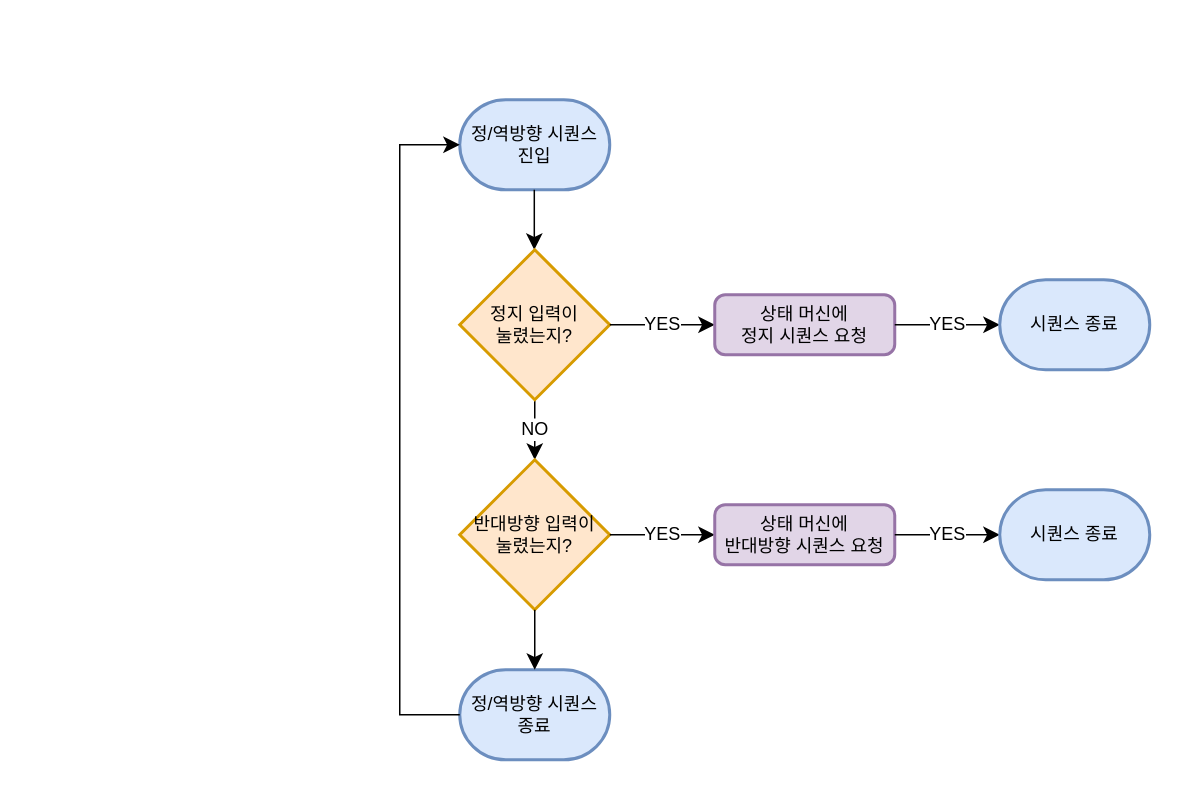
This is page "Sequence2" (6 of 8) of document/순서도.drawio from HeoSeongman/MiniWheel, a draw.io file, before an edit. Source tidied: cells renumbered, new cells numbered last; positions are measured from the earlier drawing's top-left corner, leaving out a move shared by most shapes. Both pictures are drawn from the tidied source at 150%, with x=0, y=0 at pixel (399, 99).
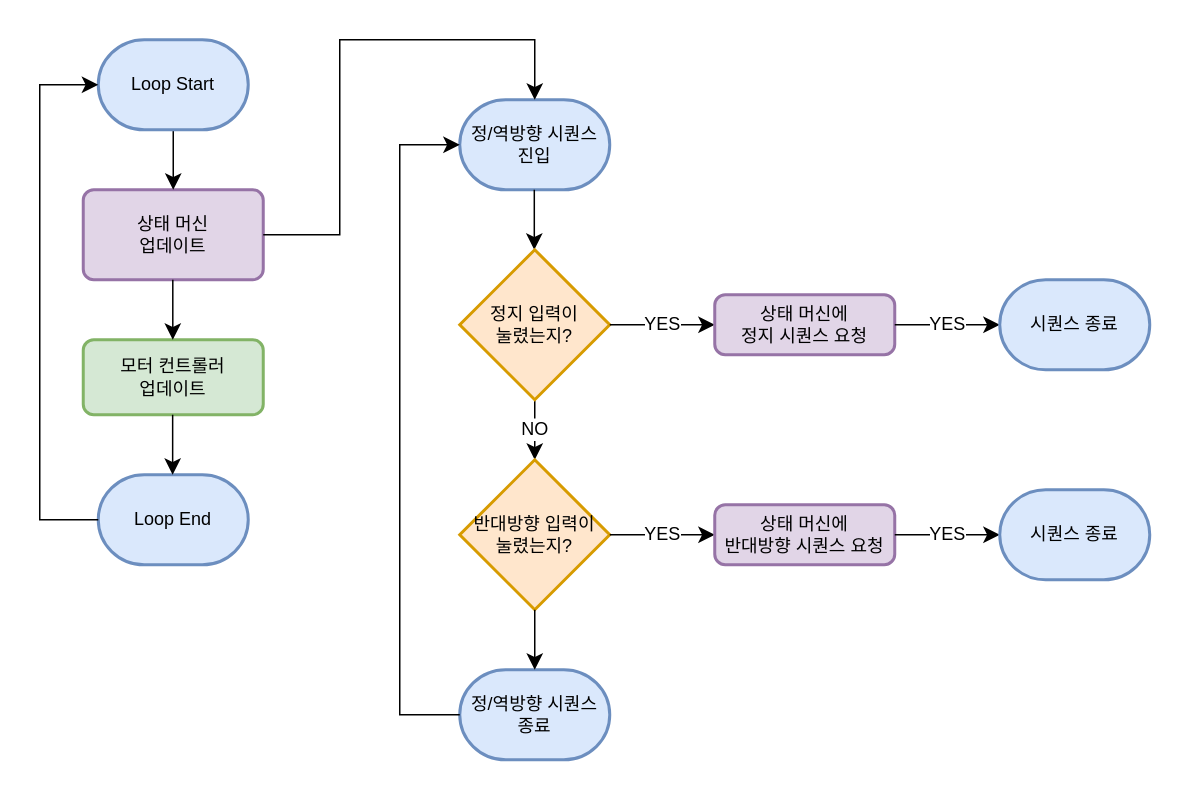
The same page after the edit.

Unchanged cells that the change refers to:
```xml
<mxCell id="2" value="정/역방향 시퀀스&lt;br&gt;진입" style="strokeWidth=2;html=1;shape=mxgraph.flowchart.terminator;whiteSpace=wrap;fillColor=#dae8fc;strokeColor=#6c8ebf;" parent="1" vertex="1">
  <mxGeometry x="40" width="100" height="60" as="geometry" />
</mxCell>
```

The edit, as a diff of the source:
```diff
@@
+    <mxCell id="18" value="상태 머신 &lt;br&gt;업데이트" style="rounded=1;whiteSpace=wrap;html=1;absoluteArcSize=1;arcSize=14;strokeWidth=2;fillColor=#e1d5e7;strokeColor=#9673a6;" parent="1" vertex="1">
+      <mxGeometry x="-211" y="60" width="120" height="60" as="geometry" />
+    </mxCell>
+    <mxCell id="19" value="모터 컨트롤러&lt;br&gt;업데이트" style="rounded=1;whiteSpace=wrap;html=1;absoluteArcSize=1;arcSize=14;strokeWidth=2;fillColor=#d5e8d4;strokeColor=#82b366;" parent="1" vertex="1">
+      <mxGeometry x="-211" y="160" width="120" height="50" as="geometry" />
+    </mxCell>
+    <mxCell id="20" style="endArrow=classic;html=1;rounded=0;fontSize=12;startSize=8;endSize=8;curved=1;exitX=0.5;exitY=1;exitDx=0;exitDy=0;exitPerimeter=0;entryX=0.5;entryY=0;entryDx=0;entryDy=0;" parent="1" edge="1" target="18">
+      <mxGeometry relative="1" as="geometry">
+        <mxPoint x="-151" y="20" as="sourcePoint" />
+      </mxGeometry>
+    </mxCell>
+    <mxCell id="21" style="endArrow=classic;html=1;rounded=0;fontSize=12;startSize=8;endSize=8;curved=1;exitX=0.5;exitY=1;exitDx=0;exitDy=0;exitPerimeter=0;entryX=0.5;entryY=0;entryDx=0;entryDy=0;" parent="1" edge="1">
+      <mxGeometry relative="1" as="geometry">
+        <mxPoint x="-151.3" y="120" as="sourcePoint" />
+        <mxPoint x="-151.3" y="160" as="targetPoint" />
+      </mxGeometry>
+    </mxCell>
+    <mxCell id="22" value="Loop Start" style="strokeWidth=2;html=1;shape=mxgraph.flowchart.terminator;whiteSpace=wrap;fillColor=#dae8fc;strokeColor=#6c8ebf;" parent="1" vertex="1">
+      <mxGeometry x="-201" y="-40" width="100" height="60" as="geometry" />
+    </mxCell>
+    <mxCell id="23" value="Loop End" style="strokeWidth=2;html=1;shape=mxgraph.flowchart.terminator;whiteSpace=wrap;fillColor=#dae8fc;strokeColor=#6c8ebf;" parent="1" vertex="1">
+      <mxGeometry x="-201" y="250" width="100" height="60" as="geometry" />
+    </mxCell>
+    <mxCell id="24" style="endArrow=classic;html=1;rounded=0;fontSize=12;startSize=8;endSize=8;curved=1;exitX=0.5;exitY=1;exitDx=0;exitDy=0;exitPerimeter=0;entryX=0.5;entryY=0;entryDx=0;entryDy=0;" parent="1" edge="1">
+      <mxGeometry relative="1" as="geometry">
+        <mxPoint x="-151.4" y="210" as="sourcePoint" />
+        <mxPoint x="-151.4" y="250" as="targetPoint" />
+      </mxGeometry>
+    </mxCell>
+    <mxCell id="25" style="edgeStyle=segmentEdgeStyle;endArrow=classic;html=1;curved=0;rounded=0;endSize=8;startSize=8;sourcePerimeterSpacing=0;targetPerimeterSpacing=0;fontSize=12;exitX=0;exitY=0.5;exitDx=0;exitDy=0;exitPerimeter=0;entryX=0;entryY=0.5;entryDx=0;entryDy=0;entryPerimeter=0;" parent="1" edge="1" source="23" target="22">
+      <mxGeometry relative="1" as="geometry">
+        <Array as="points">
+          <mxPoint x="-240" y="280" />
+          <mxPoint x="-240" y="-10" />
+        </Array>
+      </mxGeometry>
+    </mxCell>
+    <mxCell id="26" style="edgeStyle=segmentEdgeStyle;endArrow=classic;html=1;curved=0;rounded=0;endSize=8;startSize=8;sourcePerimeterSpacing=0;targetPerimeterSpacing=0;fontSize=12;exitX=1;exitY=0.5;exitDx=0;exitDy=0;entryX=0.5;entryY=0;entryDx=0;entryDy=0;entryPerimeter=0;" parent="1" edge="1" source="18" target="2">
+      <mxGeometry relative="1" as="geometry">
+        <Array as="points">
+          <mxPoint x="-40" y="90" />
+          <mxPoint x="-40" y="-40" />
+          <mxPoint x="90" y="-40" />
+        </Array>
+      </mxGeometry>
+    </mxCell>
```
